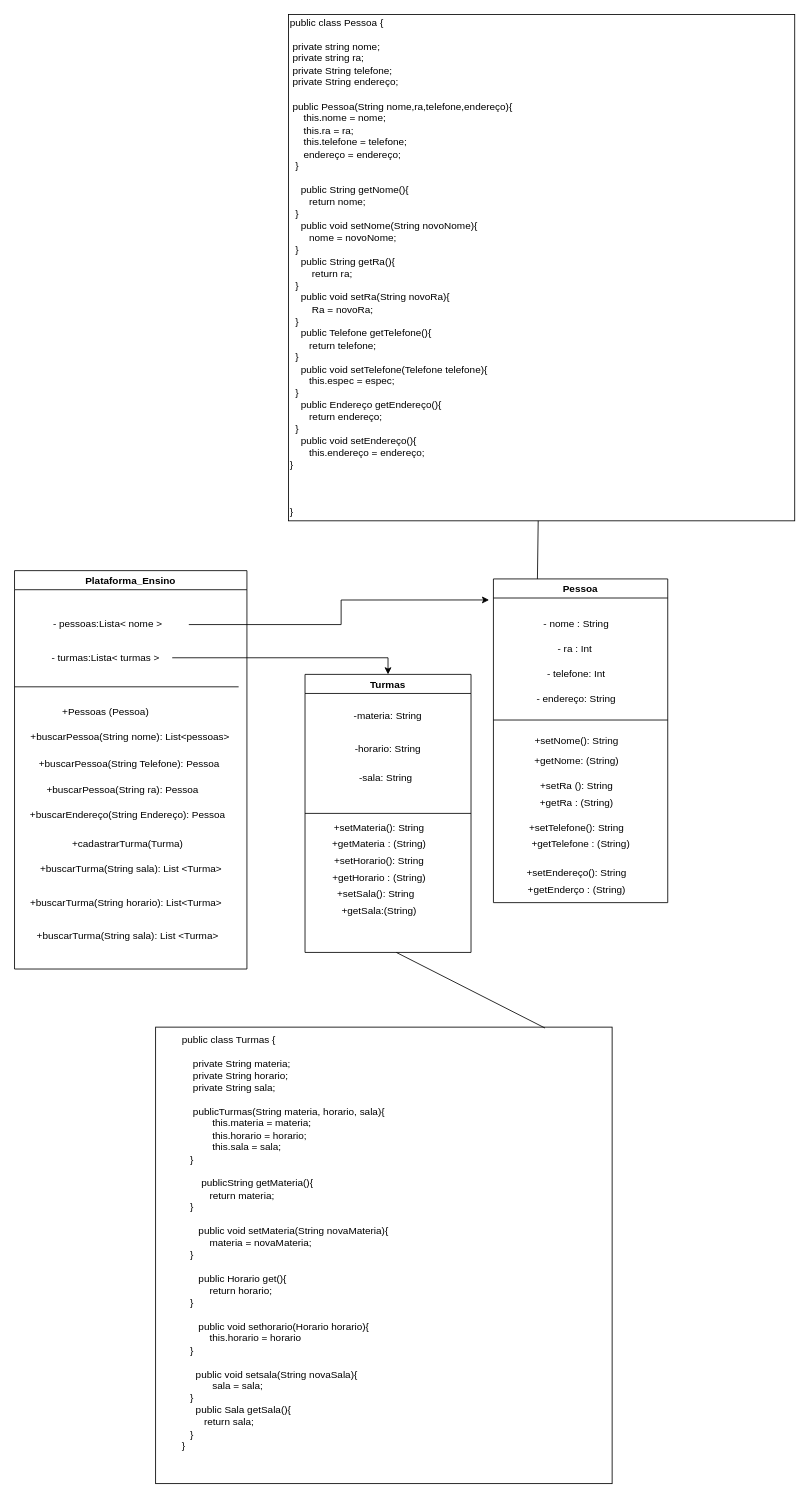
This is Engenharia-1/Untitled Diagram.drawio from dsslleagion/Bertoti, a draw.io file, before an edit. Source tidied: cells renumbered, new cells numbered last; positions are measured from the earlier drawing's top-left corner, leaving out a move shared by most shapes. Both pictures are drawn from the tidied source at 83%, with x=0, y=0 at pixel (14, 14).
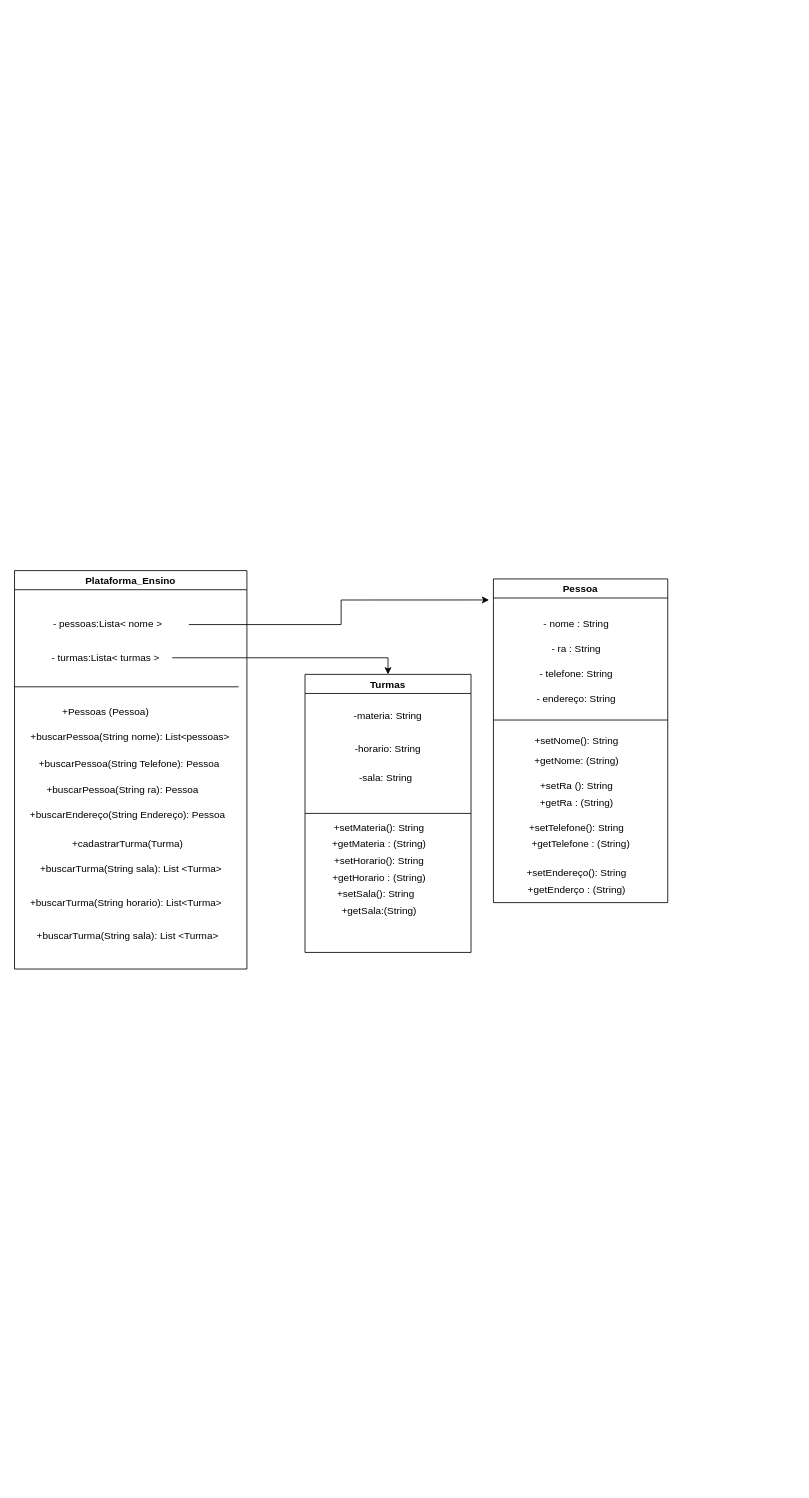
Above is the later version.

Unchanged cells that the change refers to:
```xml
<mxCell id="2" value="Pessoa" style="swimlane;" parent="1" vertex="1">
  <mxGeometry x="577" y="680" width="210" height="390" as="geometry" />
</mxCell>
```

Change to the diagram source:
```diff
@@
-    <mxCell id="4" value="- ra : Int&amp;nbsp;" style="text;html=1;strokeColor=none;fillColor=none;align=center;verticalAlign=middle;whiteSpace=wrap;rounded=0;" parent="2" vertex="1">
+    <mxCell id="4" value="- ra : String" style="text;html=1;strokeColor=none;fillColor=none;align=center;verticalAlign=middle;whiteSpace=wrap;rounded=0;" parent="2" vertex="1">
       <mxGeometry x="30" y="70" width="140" height="30" as="geometry" />
     </mxCell>
-    <mxCell id="5" value="- telefone: Int" style="text;html=1;strokeColor=none;fillColor=none;align=center;verticalAlign=middle;whiteSpace=wrap;rounded=0;" parent="2" vertex="1">
+    <mxCell id="5" value="- telefone: String" style="text;html=1;strokeColor=none;fillColor=none;align=center;verticalAlign=middle;whiteSpace=wrap;rounded=0;" parent="2" vertex="1">
       <mxGeometry y="100" width="200" height="30" as="geometry" />
     </mxCell>
@@
-    <mxCell id="42" style="whiteSpace=wrap;html=1;" parent="1" vertex="1">
-      <mxGeometry x="170" y="1220" width="550" height="550" as="geometry" />
-    </mxCell>
-    <mxCell id="43" value="&lt;div&gt;public class Turmas {&lt;/div&gt;&lt;div&gt;&lt;br&gt;&lt;/div&gt;&lt;div&gt;&amp;nbsp; &amp;nbsp; private String materia;&lt;/div&gt;&lt;div&gt;&amp;nbsp; &amp;nbsp; private String horario;&lt;/div&gt;&lt;div&gt;&amp;nbsp; &amp;nbsp; private String sala;&lt;/div&gt;&lt;div&gt;&lt;br&gt;&lt;/div&gt;&lt;div&gt;&amp;nbsp; &amp;nbsp; publicTurmas(String materia, horario, sala){&lt;/div&gt;&lt;div&gt;&amp;nbsp; &amp;nbsp; &amp;nbsp; &amp;nbsp; &amp;nbsp; &amp;nbsp;this.materia = materia;&lt;/div&gt;&lt;div&gt;&amp;nbsp; &amp;nbsp; &amp;nbsp; &amp;nbsp; &amp;nbsp; &amp;nbsp;this.horario = horario;&lt;/div&gt;&lt;div&gt;&amp;nbsp; &amp;nbsp; &amp;nbsp; &amp;nbsp; &amp;nbsp; &amp;nbsp;this.sala = sala;&lt;/div&gt;&lt;div&gt;&amp;nbsp; &amp;nbsp;}&lt;/div&gt;&lt;div&gt;&lt;br&gt;&lt;/div&gt;&lt;div&gt;&amp;nbsp; &amp;nbsp; &amp;nbsp; &amp;nbsp;publicString getMateria(){&lt;/div&gt;&lt;div&gt;&amp;nbsp; &amp;nbsp; &amp;nbsp; &amp;nbsp; &amp;nbsp; return materia;&lt;/div&gt;&lt;div&gt;&amp;nbsp; &amp;nbsp;}&lt;/div&gt;&lt;div&gt;&lt;br&gt;&lt;/div&gt;&lt;div&gt;&amp;nbsp; &amp;nbsp; &amp;nbsp; public void setMateria(String novaMateria){&lt;/div&gt;&lt;div&gt;&amp;nbsp; &amp;nbsp; &amp;nbsp; &amp;nbsp; &amp;nbsp; materia = novaMateria;&lt;/div&gt;&lt;div&gt;&amp;nbsp; &amp;nbsp;}&lt;/div&gt;&lt;div&gt;&lt;br&gt;&lt;/div&gt;&lt;div&gt;&amp;nbsp; &amp;nbsp; &amp;nbsp; public Horario get(){&lt;/div&gt;&lt;div&gt;&amp;nbsp; &amp;nbsp; &amp;nbsp; &amp;nbsp; &amp;nbsp; return horario;&lt;/div&gt;&lt;div&gt;&amp;nbsp; &amp;nbsp;}&lt;/div&gt;&lt;div&gt;&lt;br&gt;&lt;/div&gt;&lt;div&gt;&amp;nbsp; &amp;nbsp; &amp;nbsp; public void sethorario(Horario horario){&lt;/div&gt;&lt;div&gt;&amp;nbsp; &amp;nbsp; &amp;nbsp; &amp;nbsp; &amp;nbsp; this.horario = horario&lt;/div&gt;&lt;div&gt;&amp;nbsp; &amp;nbsp;}&lt;/div&gt;&lt;div&gt;&amp;nbsp; &amp;nbsp;&lt;/div&gt;&lt;div&gt;&amp;nbsp; &amp;nbsp; &amp;nbsp;public void setsala(String novaSala){&lt;/div&gt;&lt;div&gt;&amp;nbsp; &amp;nbsp; &amp;nbsp; &amp;nbsp; &amp;nbsp; &amp;nbsp;sala = sala;&lt;/div&gt;&lt;div&gt;&amp;nbsp; &amp;nbsp;}&lt;/div&gt;&lt;div&gt;&amp;nbsp; &amp;nbsp; &amp;nbsp;public Sala getSala(){&lt;/div&gt;&lt;div&gt;&amp;nbsp; &amp;nbsp; &amp;nbsp; &amp;nbsp; return sala;&lt;/div&gt;&lt;div&gt;&amp;nbsp; &amp;nbsp;}&amp;nbsp;&lt;/div&gt;&lt;div&gt;}&lt;/div&gt;" style="text;html=1;strokeColor=none;fillColor=none;align=left;verticalAlign=middle;whiteSpace=wrap;rounded=0;" parent="1" vertex="1">
-      <mxGeometry x="200" y="1430" width="390" height="100" as="geometry" />
-    </mxCell>
-    <mxCell id="44" style="endArrow=none;html=1;rounded=0;exitX=0.853;exitY=0.002;exitDx=0;exitDy=0;exitPerimeter=0;" parent="1" edge="1" source="42">
-      <mxGeometry relative="1" as="geometry">
-        <mxPoint x="460" y="1130" as="targetPoint" />
-      </mxGeometry>
-    </mxCell>
-    <mxCell id="45" value="&lt;div&gt;public class Pessoa {&lt;/div&gt;&lt;div&gt;&lt;br&gt;&lt;/div&gt;&lt;div&gt;&amp;nbsp;private string nome;&lt;/div&gt;&lt;div&gt;&amp;nbsp;private string ra;&lt;/div&gt;&lt;div&gt;&amp;nbsp;private String telefone;&lt;/div&gt;&lt;div&gt;&amp;nbsp;private String endereço;&lt;/div&gt;&lt;div&gt;&lt;br&gt;&lt;/div&gt;&lt;div&gt;&amp;nbsp;public Pessoa(String nome,ra,telefone,endereço){&lt;/div&gt;&lt;div&gt;&amp;nbsp; &amp;nbsp; &amp;nbsp;this.nome = nome;&lt;/div&gt;&lt;div&gt;&amp;nbsp; &amp;nbsp; &amp;nbsp;this.ra = ra;&lt;/div&gt;&lt;div&gt;&amp;nbsp; &amp;nbsp; &amp;nbsp;this.telefone = telefone;&lt;/div&gt;&lt;div&gt;&amp;nbsp; &amp;nbsp; &amp;nbsp;endereço = endereço;&lt;/div&gt;&lt;div&gt;&amp;nbsp; }&lt;/div&gt;&lt;div&gt;&lt;br&gt;&lt;/div&gt;&lt;div&gt;&amp;nbsp; &amp;nbsp; public String getNome(){&lt;/div&gt;&lt;div&gt;&amp;nbsp; &amp;nbsp; &amp;nbsp; &amp;nbsp;return nome;&lt;/div&gt;&lt;div&gt;&amp;nbsp; }&lt;/div&gt;&lt;div&gt;&amp;nbsp; &amp;nbsp; public void setNome(String novoNome){&lt;/div&gt;&lt;div&gt;&amp;nbsp; &amp;nbsp; &amp;nbsp; &amp;nbsp;nome = novoNome;&lt;/div&gt;&lt;div&gt;&amp;nbsp; }&amp;nbsp;&lt;/div&gt;&lt;div&gt;&amp;nbsp; &amp;nbsp; public String getRa(){&lt;/div&gt;&lt;div&gt;&amp;nbsp; &amp;nbsp; &amp;nbsp; &amp;nbsp; return ra;&lt;/div&gt;&lt;div&gt;&amp;nbsp; }&lt;/div&gt;&lt;div&gt;&amp;nbsp; &amp;nbsp; public void setRa(String novoRa){&lt;/div&gt;&lt;div&gt;&amp;nbsp; &amp;nbsp; &amp;nbsp; &amp;nbsp; Ra = novoRa;&lt;/div&gt;&lt;div&gt;&amp;nbsp; }&lt;/div&gt;&lt;div&gt;&amp;nbsp; &amp;nbsp; public Telefone getTelefone(){&lt;/div&gt;&lt;div&gt;&amp;nbsp; &amp;nbsp; &amp;nbsp; &amp;nbsp;return telefone;&lt;/div&gt;&lt;div&gt;&amp;nbsp; }&lt;/div&gt;&lt;div&gt;&amp;nbsp; &amp;nbsp; public void setTelefone(Telefone telefone){&lt;/div&gt;&lt;div&gt;&amp;nbsp; &amp;nbsp; &amp;nbsp; &amp;nbsp;this.espec = espec;&lt;/div&gt;&lt;div&gt;&amp;nbsp; }&lt;/div&gt;&lt;div&gt;&amp;nbsp; &amp;nbsp; public Endereço getEndereço(){&lt;/div&gt;&lt;div&gt;&amp;nbsp; &amp;nbsp; &amp;nbsp; &amp;nbsp;return endereço;&lt;/div&gt;&lt;div&gt;&amp;nbsp; }&lt;/div&gt;&lt;div&gt;&amp;nbsp; &amp;nbsp; public void setEndereço(){&lt;/div&gt;&lt;div&gt;&amp;nbsp; &amp;nbsp; &amp;nbsp; &amp;nbsp;this.endereço = endereço;&lt;/div&gt;&lt;div&gt;}&lt;/div&gt;&lt;div&gt;&lt;br&gt;&lt;/div&gt;&lt;div&gt;&lt;br&gt;&lt;/div&gt;&lt;div&gt;&lt;br&gt;&lt;/div&gt;&lt;div&gt;}&amp;nbsp;&lt;/div&gt;" style="whiteSpace=wrap;html=1;align=left;" parent="1" vertex="1">
-      <mxGeometry x="330" width="610" height="610" as="geometry" />
-    </mxCell>
-    <mxCell id="46" style="endArrow=none;html=1;rounded=0;" parent="1" edge="1" target="45">
-      <mxGeometry relative="1" as="geometry">
-        <mxPoint x="630" y="680" as="sourcePoint" />
-      </mxGeometry>
-    </mxCell>
```
